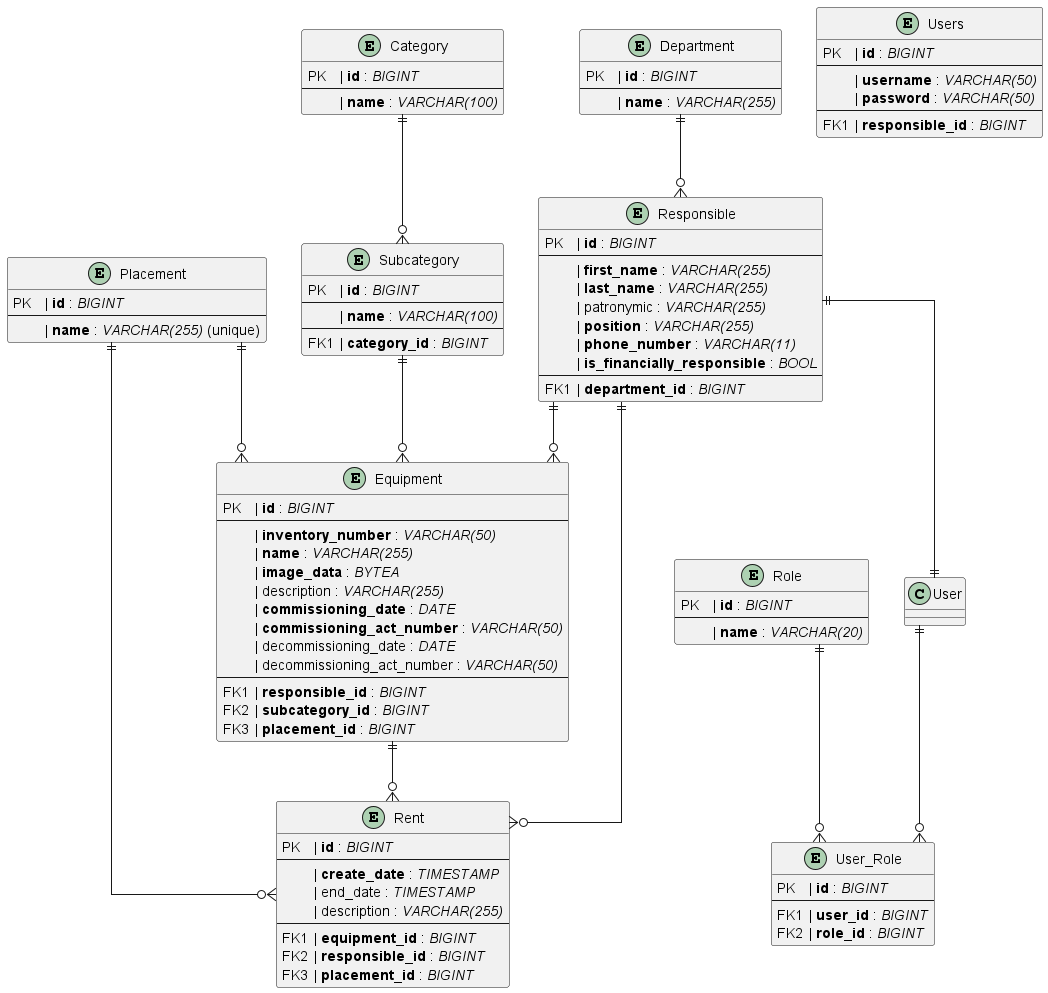
http3ac3/mtru-server keeps this PlantUML diagram as docs/er.png. Above is the earlier version. The source it was exported from:
```plantuml
@startuml
skinparam linetype ortho


entity Equipment {
  PK\t| **id** : //BIGINT//
  --
    \t| **inventory_number** : //VARCHAR(50)//
    \t| **name** : //VARCHAR(255)//
    \t| **image_data** : //BYTEA//
    \t| description : //VARCHAR(255)//
    \t| **commissioning_date** : //DATE//
    \t| **commissioning_act_number** : //VARCHAR(50)//
    \t| decommissioning_date : //DATE//
    \t| decommissioning_act_number : //VARCHAR(50)//
  --
  FK1\t| **responsible_id** : //BIGINT//
  FK2\t| **subcategory_id** : //BIGINT//
  FK3\t| **placement_id** : //BIGINT//
}

entity Placement {
  PK\t| **id** : //BIGINT//
  --
    \t| **name** : //VARCHAR(255)// (unique)
}

entity Department {
  PK\t| **id** : //BIGINT//
  --
    \t| **name** : //VARCHAR(255)//
}

entity Responsible {
  PK\t| **id** : //BIGINT//
  --
    \t| **first_name** : //VARCHAR(255)//
    \t| **last_name** : //VARCHAR(255)//
    \t| patronymic : //VARCHAR(255)//
    \t| **position** : //VARCHAR(255)//
    \t| **phone_number** : //VARCHAR(11)//
    \t| **is_financially_responsible** : //BOOL//
  --
  FK1\t| **department_id** : //BIGINT//
}

entity Category {
  PK\t| **id** : //BIGINT//
  --
    \t| **name** : //VARCHAR(100)//
}

entity Subcategory {
  PK\t| **id** : //BIGINT//
  --
    \t| **name** : //VARCHAR(100)//
  --
  FK1\t| **category_id** : //BIGINT//
}

entity Rent {
  PK\t| **id** : //BIGINT//
  --
    \t| **create_date** : //TIMESTAMP//
    \t| end_date : //TIMESTAMP//
    \t| description : //VARCHAR(255)//
  --
  FK1\t| **equipment_id** : //BIGINT//
  FK2\t| **responsible_id** : //BIGINT//
  FK3\t| **placement_id** : //BIGINT//
}

entity Users {
  PK\t| **id** : //BIGINT//
  --
    \t| **username** : //VARCHAR(50)//
    \t| **password** : //VARCHAR(50)//
  --
  FK1\t| **responsible_id** : //BIGINT//
}

entity Role {
  PK\t| **id** : //BIGINT//
  --
    \t| **name** : //VARCHAR(20)//
}

entity User_Role {
  PK\t| **id** : //BIGINT//
  --
  FK1\t| **user_id** : //BIGINT//
  FK2\t| **role_id** : //BIGINT//
}


Category    ||--o{ Subcategory
Subcategory ||--o{ Equipment
Equipment   ||--o{ Rent
Responsible ||--o{ Rent
Placement   ||--o{ Equipment
Placement   ||--o{ Rent
Responsible ||--|| User
Department ||--o{ Responsible
Responsible ||--o{ Equipment

User ||--o{ User_Role
Role ||--o{ User_Role
@enduml
```
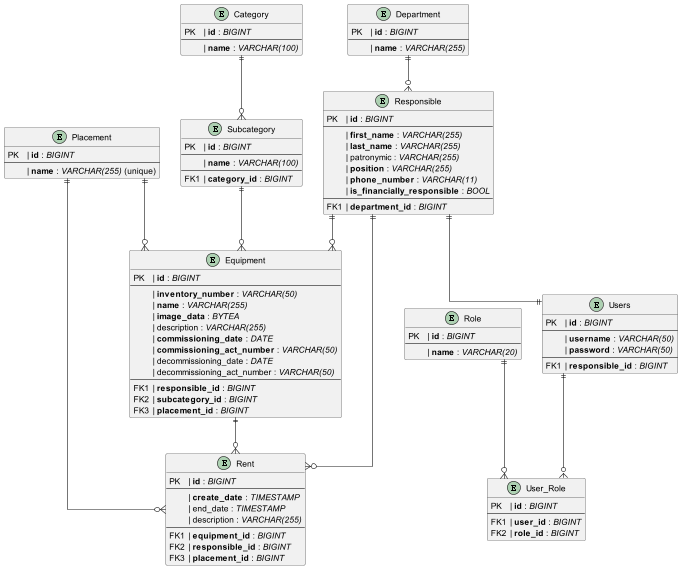
The same diagram one commit later.

Diff of the diagram source:
```diff
@@ -99,10 +99,10 @@
 Responsible ||--o{ Rent
 Placement   ||--o{ Equipment
 Placement   ||--o{ Rent
-Responsible ||--|| User
+Responsible ||--|| Users
 Department ||--o{ Responsible
 Responsible ||--o{ Equipment
 
-User ||--o{ User_Role
+Users ||--o{ User_Role
 Role ||--o{ User_Role
 @enduml
```
